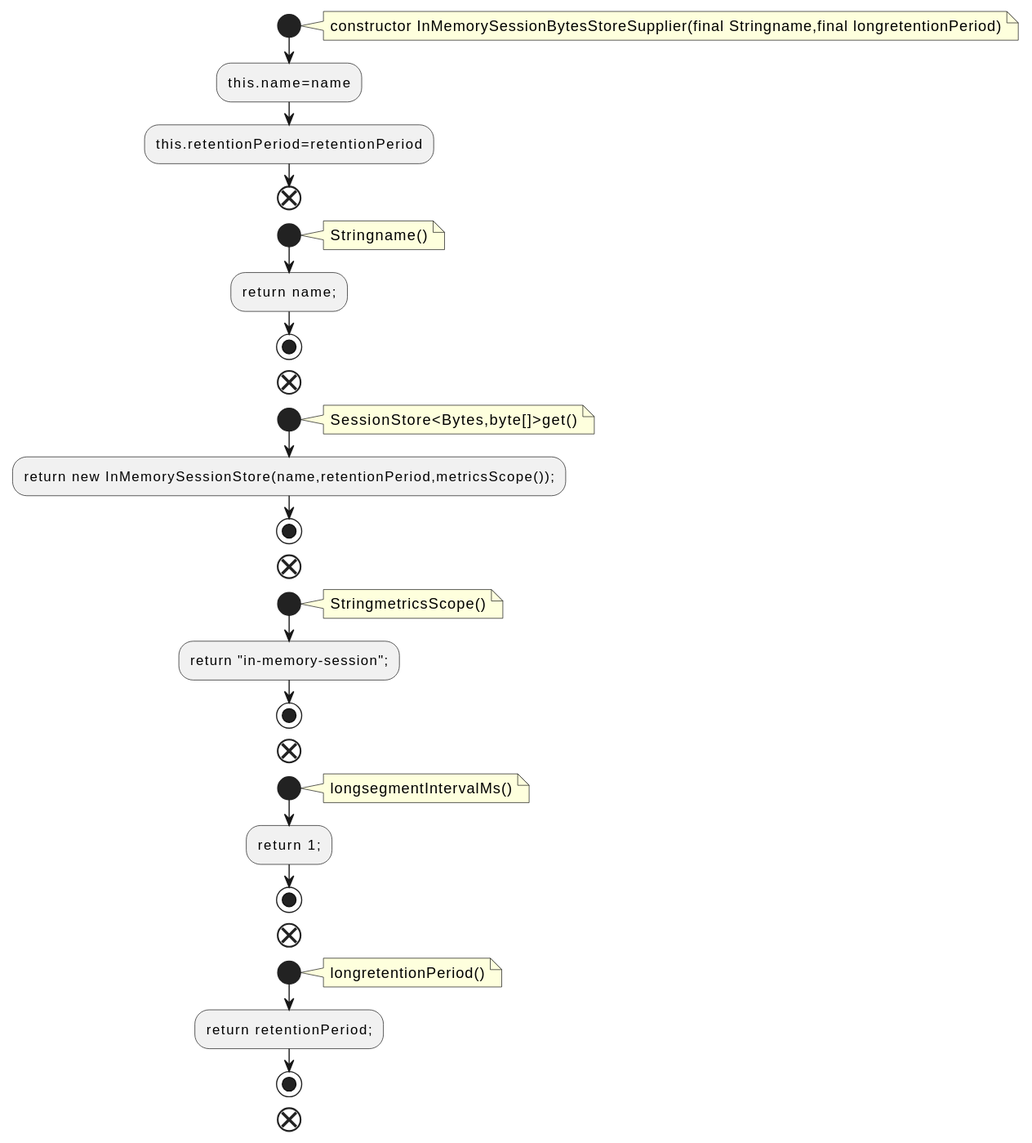
Above: docs/qc/streams/src/main/java/org/apache/kafka/streams/state/internals/InMemorySessionBytesStoreSupplier.java.fct.svg in qualitesys/kafka (PlantUML), before the change.
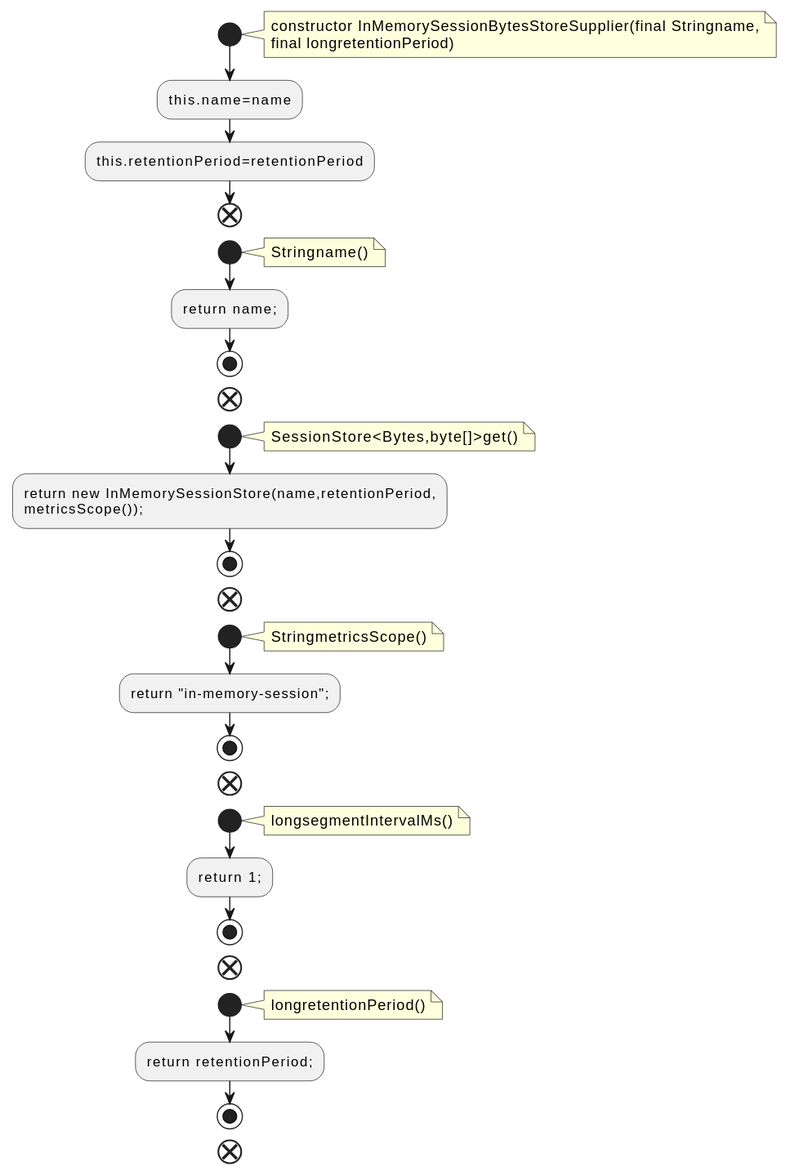
Above is the later version.

Change to the diagram source:
```diff
@@ -2,7 +2,8 @@
 !pragma layout smetana
 start
 note right
-constructor InMemorySessionBytesStoreSupplier(final Stringname,final longretentionPeriod)
+constructor InMemorySessionBytesStoreSupplier(final Stringname,
+final longretentionPeriod)
 end note
 :this.name=name;
 :this.retentionPeriod=retentionPeriod;
@@ -18,7 +19,8 @@
 note right
 SessionStore<Bytes,byte[]>get()
 end note
-:return new InMemorySessionStore(name,retentionPeriod,metricsScope());;
+:return new InMemorySessionStore(name,retentionPeriod,
+metricsScope());;
 stop
 end
 start
```
